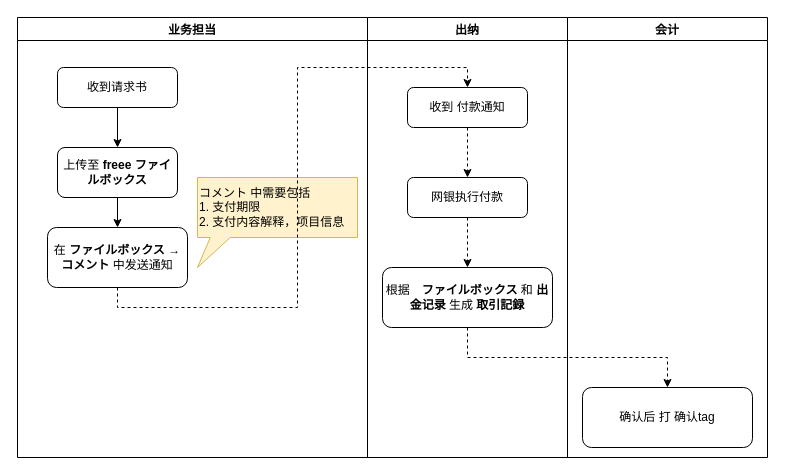
Before: page "付款-请求书" (3 of 4) of payment.drawio in niltsh/drawing, a draw.io diagram. Source tidied: cells renumbered, new cells numbered last; positions are measured from the earlier drawing's top-left corner, leaving out a move shared by most shapes. Both pictures are drawn from the tidied source at 100%, with x=0, y=0 at pixel (17, 17).
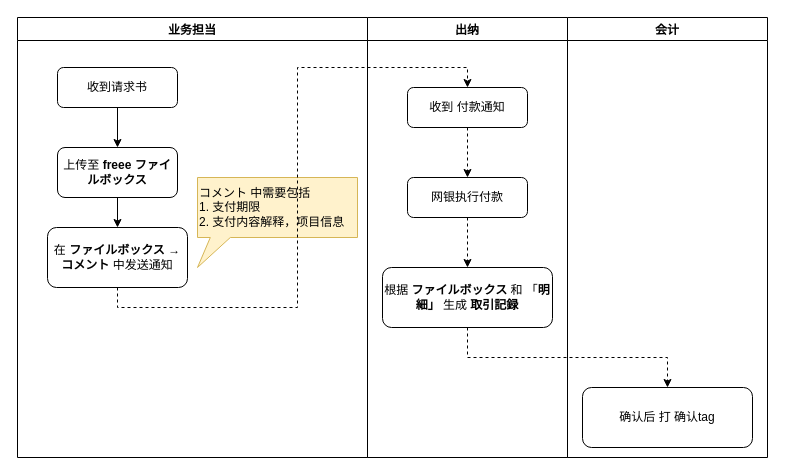
The same diagram, later.

The edit, as a diff of the source:
```diff
@@
 <mxGraphModel>
   <root>
     <mxCell id="0" />
     <mxCell id="1" parent="0" />
     <mxCell id="2" value="业务担当" style="swimlane;" parent="1" vertex="1">
       <mxGeometry width="350" height="440" as="geometry" />
     </mxCell>
     <mxCell id="3" style="edgeStyle=orthogonalEdgeStyle;rounded=0;jettySize=auto;html=1;exitX=0.5;exitY=1;exitDx=0;exitDy=0;entryX=0.5;entryY=0;entryDx=0;entryDy=0;" parent="2" edge="1" source="4" target="6">
       <mxGeometry relative="1" as="geometry" />
     </mxCell>
     <mxCell id="4" value="收到请求书" style="rounded=1;whiteSpace=wrap;html=1;" parent="2" vertex="1">
       <mxGeometry x="40" y="50" width="120" height="40" as="geometry" />
     </mxCell>
     <mxCell id="5" style="edgeStyle=orthogonalEdgeStyle;rounded=0;jettySize=auto;html=1;exitX=0.5;exitY=1;exitDx=0;exitDy=0;entryX=0.5;entryY=0;entryDx=0;entryDy=0;" parent="2" edge="1" source="6" target="7">
       <mxGeometry relative="1" as="geometry" />
     </mxCell>
     <mxCell id="6" value="上传至 &lt;b&gt;freee ファイルボックス&lt;/b&gt;" style="rounded=1;whiteSpace=wrap;html=1;" parent="2" vertex="1">
       <mxGeometry x="40" y="130" width="120" height="50" as="geometry" />
     </mxCell>
     <mxCell id="7" value="在 &lt;b&gt;ファイルボックス → コメント&lt;/b&gt; 中发送通知" style="rounded=1;whiteSpace=wrap;html=1;" parent="2" vertex="1">
       <mxGeometry x="30" y="210" width="140" height="60" as="geometry" />
     </mxCell>
     <mxCell id="8" value="コメント&amp;nbsp;中需要包括&lt;br&gt;1. 支付期限&lt;br&gt;2. 支付内容解释，项目信息" style="shape=callout;whiteSpace=wrap;html=1;perimeter=calloutPerimeter;size=30;position=0.08;position2=0;align=left;fillColor=#fff2cc;strokeColor=#d6b656;" parent="2" vertex="1">
       <mxGeometry x="180" y="160" width="160" height="90" as="geometry" />
     </mxCell>
     <mxCell id="9" value="出纳" style="swimlane;" parent="1" vertex="1">
       <mxGeometry x="350" width="200" height="440" as="geometry" />
     </mxCell>
-    <mxCell id="10" value="根据　&lt;b&gt;ファイルボックス&lt;/b&gt; 和 &lt;b&gt;出金记录&lt;/b&gt; 生成 &lt;b&gt;取引記録&lt;/b&gt;" style="rounded=1;whiteSpace=wrap;html=1;" parent="9" vertex="1">
+    <mxCell id="10" value="根据&amp;nbsp;&lt;b&gt;ファイルボックス&lt;/b&gt; 和 「&lt;b&gt;明細」&lt;/b&gt;&amp;nbsp;生成 &lt;b&gt;取引記録&lt;/b&gt;" style="rounded=1;whiteSpace=wrap;html=1;" parent="9" vertex="1">
       <mxGeometry x="15" y="250" width="170" height="60" as="geometry" />
     </mxCell>
     <mxCell id="11" style="edgeStyle=orthogonalEdgeStyle;rounded=0;jettySize=auto;html=1;exitX=0.5;exitY=1;exitDx=0;exitDy=0;entryX=0.5;entryY=0;entryDx=0;entryDy=0;dashed=1;" parent="9" edge="1" source="12" target="14">
       <mxGeometry relative="1" as="geometry" />
     </mxCell>
     <mxCell id="12" value="收到 付款通知" style="rounded=1;whiteSpace=wrap;html=1;" parent="9" vertex="1">
       <mxGeometry x="40" y="70" width="120" height="40" as="geometry" />
     </mxCell>
     <mxCell id="13" style="edgeStyle=orthogonalEdgeStyle;rounded=0;jettySize=auto;html=1;exitX=0.5;exitY=1;exitDx=0;exitDy=0;entryX=0.5;entryY=0;entryDx=0;entryDy=0;dashed=1;" parent="9" edge="1" source="14" target="10">
       <mxGeometry relative="1" as="geometry" />
     </mxCell>
     <mxCell id="14" value="网银执行付款" style="rounded=1;whiteSpace=wrap;html=1;" parent="9" vertex="1">
       <mxGeometry x="40" y="160" width="120" height="40" as="geometry" />
     </mxCell>
     <mxCell id="15" value="会计" style="swimlane;" parent="1" vertex="1">
       <mxGeometry x="550" width="200" height="440" as="geometry" />
     </mxCell>
     <mxCell id="16" value="确认后 打 确认tag" style="rounded=1;whiteSpace=wrap;html=1;" parent="15" vertex="1">
       <mxGeometry x="15" y="370" width="170" height="60" as="geometry" />
     </mxCell>
     <mxCell id="17" style="edgeStyle=orthogonalEdgeStyle;rounded=0;jettySize=auto;html=1;exitX=0.5;exitY=1;exitDx=0;exitDy=0;entryX=0.5;entryY=0;entryDx=0;entryDy=0;dashed=1;" parent="1" edge="1" source="7" target="12">
       <mxGeometry relative="1" as="geometry" />
     </mxCell>
     <mxCell id="18" style="edgeStyle=orthogonalEdgeStyle;rounded=0;jettySize=auto;html=1;exitX=0.5;exitY=1;exitDx=0;exitDy=0;entryX=0.5;entryY=0;entryDx=0;entryDy=0;dashed=1;" parent="1" edge="1" source="10" target="16">
       <mxGeometry relative="1" as="geometry" />
     </mxCell>
   </root>
 </mxGraphModel>
```
